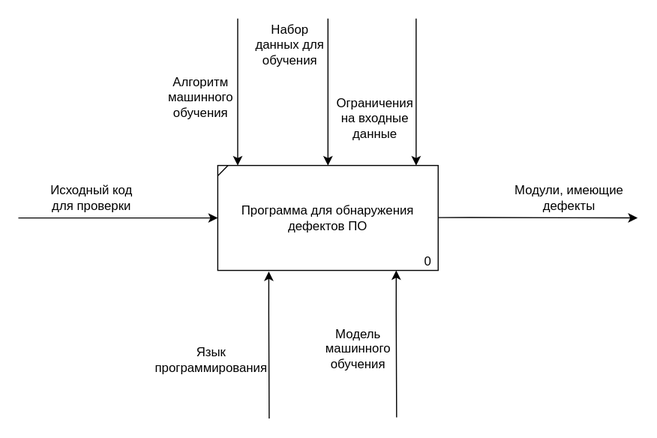
Before: sem_07/ResearchWork/doc/inc/idef0.svg, a diagram exported from draw.io (ilyasssklimov/bmstu_all). Source tidied: cells renumbered, new cells last; positions are measured from the earlier drawing's top-left corner, leaving out a move shared by most shapes.
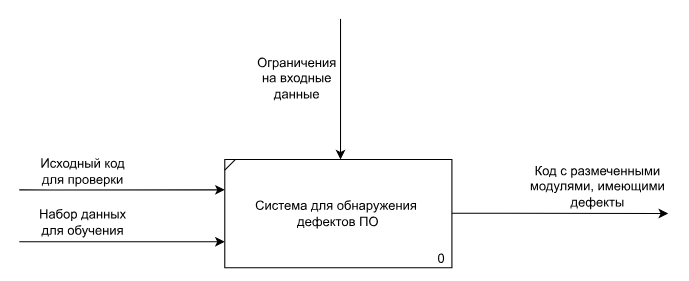
Above is the later version.

Change to the diagram source:
```diff
@@ -2,7 +2,7 @@
   <root>
     <mxCell id="0" />
     <mxCell id="1" parent="0" />
-    <mxCell id="2" value="&lt;font style=&quot;font-size: 12px;&quot;&gt;&lt;font style=&quot;font-size: 12px;&quot;&gt;Программа для обнаружения дефектов ПО&lt;/font&gt;&lt;br&gt;&lt;/font&gt;" style="rounded=0;whiteSpace=wrap;html=1;" parent="1" vertex="1">
+    <mxCell id="2" value="&lt;div&gt;&lt;font style=&quot;font-size: 12px;&quot;&gt;&lt;font style=&quot;font-size: 12px;&quot;&gt;Система для обнаружения &lt;br&gt;&lt;/font&gt;&lt;/font&gt;&lt;/div&gt;&lt;div&gt;&lt;font style=&quot;font-size: 12px;&quot;&gt;&lt;font style=&quot;font-size: 12px;&quot;&gt;дефектов ПО&lt;/font&gt;&lt;/font&gt;&lt;/div&gt;" style="rounded=0;whiteSpace=wrap;html=1;" parent="1" vertex="1">
       <mxGeometry x="190" y="140" width="210" height="100" as="geometry" />
     </mxCell>
     <mxCell id="3" value="&lt;font style=&quot;font-size: 12px;&quot;&gt;0&lt;/font&gt;" style="text;html=1;strokeColor=none;fillColor=none;align=center;verticalAlign=middle;whiteSpace=wrap;rounded=0;fontSize=14;" parent="1" vertex="1">
@@ -11,89 +11,56 @@
     <mxCell id="4" style="endArrow=none;html=1;rounded=0;fontSize=12;exitX=0;exitY=0.099;exitDx=0;exitDy=0;exitPerimeter=0;entryX=0.046;entryY=0.001;entryDx=0;entryDy=0;entryPerimeter=0;" parent="1" edge="1" source="2" target="2">
       <mxGeometry relative="1" as="geometry" />
     </mxCell>
-    <mxCell id="5" style="endArrow=classic;html=1;rounded=0;fontSize=12;entryX=0;entryY=0.5;entryDx=0;entryDy=0;edgeStyle=orthogonalEdgeStyle;" parent="1" edge="1" target="2">
+    <mxCell id="5" style="endArrow=classic;html=1;rounded=0;fontSize=12;entryX=0;entryY=0.5;entryDx=0;entryDy=0;edgeStyle=orthogonalEdgeStyle;" parent="1" edge="1">
       <mxGeometry relative="1" as="geometry">
-        <mxPoint y="190" as="sourcePoint" />
+        <mxPoint y="168.1" as="sourcePoint" />
+        <mxPoint x="190" y="168.1" as="targetPoint" />
         <Array as="points">
-          <mxPoint x="30" y="190" />
-          <mxPoint x="30" y="190" />
+          <mxPoint x="30" y="168.1" />
+          <mxPoint x="30" y="168.1" />
         </Array>
       </mxGeometry>
     </mxCell>
-    <mxCell id="6" style="endArrow=classic;html=1;rounded=0;fontSize=12;entryX=0.5;entryY=0;entryDx=0;entryDy=0;edgeStyle=orthogonalEdgeStyle;" parent="1" edge="1" target="2">
-      <mxGeometry relative="1" as="geometry">
-        <mxPoint x="295" as="sourcePoint" />
-        <Array as="points">
-          <mxPoint x="295" />
-        </Array>
-      </mxGeometry>
-    </mxCell>
-    <mxCell id="7" style="endArrow=classic;html=1;rounded=0;fontSize=12;entryX=0.5;entryY=0;entryDx=0;entryDy=0;edgeStyle=orthogonalEdgeStyle;" parent="1" edge="1">
-      <mxGeometry relative="1" as="geometry">
-        <mxPoint x="209" as="sourcePoint" />
-        <mxPoint x="209" y="140" as="targetPoint" />
-        <Array as="points">
-          <mxPoint x="209" />
-        </Array>
-      </mxGeometry>
-    </mxCell>
     <mxCell id="8" style="endArrow=classic;html=1;rounded=0;fontSize=12;entryX=0.5;entryY=0;entryDx=0;entryDy=0;edgeStyle=orthogonalEdgeStyle;" parent="1" edge="1">
       <mxGeometry relative="1" as="geometry">
-        <mxPoint x="379" as="sourcePoint" />
-        <mxPoint x="379" y="140" as="targetPoint" />
+        <mxPoint x="297" y="10" as="sourcePoint" />
+        <mxPoint x="297" y="140" as="targetPoint" />
         <Array as="points">
-          <mxPoint x="379" />
+          <mxPoint x="297" y="10" />
         </Array>
       </mxGeometry>
     </mxCell>
     <mxCell id="9" style="endArrow=classic;html=1;rounded=0;fontSize=12;edgeStyle=orthogonalEdgeStyle;" parent="1" edge="1">
       <mxGeometry relative="1" as="geometry">
         <mxPoint x="400" y="189.6" as="sourcePoint" />
-        <mxPoint x="590" y="190" as="targetPoint" />
+        <mxPoint x="600" y="190" as="targetPoint" />
         <Array as="points">
           <mxPoint x="430" y="189.6" />
           <mxPoint x="430" y="189.6" />
         </Array>
       </mxGeometry>
     </mxCell>
-    <mxCell id="10" style="endArrow=none;html=1;rounded=0;fontSize=12;edgeStyle=orthogonalEdgeStyle;startArrow=classic;startFill=1;endFill=0;" parent="1" edge="1">
-      <mxGeometry relative="1" as="geometry">
-        <mxPoint x="238.6" y="241" as="sourcePoint" />
-        <mxPoint x="239" y="381" as="targetPoint" />
-        <Array as="points">
-          <mxPoint x="238.6" y="281" />
-        </Array>
-      </mxGeometry>
-    </mxCell>
     <mxCell id="11" value="Исходный код для проверки" style="text;html=1;strokeColor=none;fillColor=none;align=center;verticalAlign=middle;whiteSpace=wrap;rounded=0;fontSize=12;" parent="1" vertex="1">
-      <mxGeometry x="20" y="156" width="100" height="30" as="geometry" />
+      <mxGeometry x="9" y="136" width="100" height="30" as="geometry" />
     </mxCell>
-    <mxCell id="12" value="Модули, имеющие дефекты" style="text;html=1;strokeColor=none;fillColor=none;align=center;verticalAlign=middle;whiteSpace=wrap;rounded=0;fontSize=12;" parent="1" vertex="1">
-      <mxGeometry x="470" y="156" width="110" height="30" as="geometry" />
+    <mxCell id="12" value="Код с размеченными модулями, имеющими дефекты" style="text;html=1;strokeColor=none;fillColor=none;align=center;verticalAlign=middle;whiteSpace=wrap;rounded=0;fontSize=12;" parent="1" vertex="1">
+      <mxGeometry x="470" y="150" width="130" height="30" as="geometry" />
     </mxCell>
-    <mxCell id="13" value="Алгоритм машинного обучения" style="text;html=1;strokeColor=none;fillColor=none;align=center;verticalAlign=middle;whiteSpace=wrap;rounded=0;fontSize=12;" parent="1" vertex="1">
-      <mxGeometry x="144" y="60" width="60" height="30" as="geometry" />
-    </mxCell>
     <mxCell id="14" value="Набор данных для обучения" style="text;html=1;strokeColor=none;fillColor=none;align=center;verticalAlign=middle;whiteSpace=wrap;rounded=0;fontSize=12;" parent="1" vertex="1">
-      <mxGeometry x="224" y="10" width="70" height="30" as="geometry" />
+      <mxGeometry x="9" y="183" width="100" height="30" as="geometry" />
     </mxCell>
     <mxCell id="15" value="Ограничения на входные данные" style="text;html=1;strokeColor=none;fillColor=none;align=center;verticalAlign=middle;whiteSpace=wrap;rounded=0;fontSize=12;" parent="1" vertex="1">
-      <mxGeometry x="305" y="80" width="70" height="30" as="geometry" />
+      <mxGeometry x="222" y="50" width="70" height="30" as="geometry" />
     </mxCell>
-    <mxCell id="16" value="Язык программирования" style="text;html=1;strokeColor=none;fillColor=none;align=center;verticalAlign=middle;whiteSpace=wrap;rounded=0;fontSize=12;" parent="1" vertex="1">
-      <mxGeometry x="144" y="310" width="80" height="30" as="geometry" />
-    </mxCell>
-    <mxCell id="17" style="endArrow=none;html=1;rounded=0;fontSize=12;edgeStyle=orthogonalEdgeStyle;startArrow=classic;startFill=1;endFill=0;" parent="1" edge="1">
-      <mxGeometry relative="1" as="geometry">
-        <mxPoint x="360" y="240" as="sourcePoint" />
-        <mxPoint x="360.4" y="380" as="targetPoint" />
-        <Array as="points">
-          <mxPoint x="360" y="280" />
-        </Array>
-      </mxGeometry>
-    </mxCell>
-    <mxCell id="18" value="Модель машинного обучения" style="text;html=1;strokeColor=none;fillColor=none;align=center;verticalAlign=middle;whiteSpace=wrap;rounded=0;" parent="1" vertex="1">
-      <mxGeometry x="294" y="300" width="60" height="30" as="geometry" />
-    </mxCell>
+    <mxCell id="19" style="endArrow=classic;html=1;rounded=0;fontSize=12;entryX=0;entryY=0.5;entryDx=0;entryDy=0;edgeStyle=orthogonalEdgeStyle;" parent="1" edge="1">
+      <mxGeometry relative="1" as="geometry">
+        <mxPoint y="216" as="sourcePoint" />
+        <mxPoint x="190" y="216" as="targetPoint" />
+        <Array as="points">
+          <mxPoint x="30" y="216" />
+          <mxPoint x="30" y="216" />
+        </Array>
+      </mxGeometry>
+    </mxCell>
   </root>
 </mxGraphModel>
```
